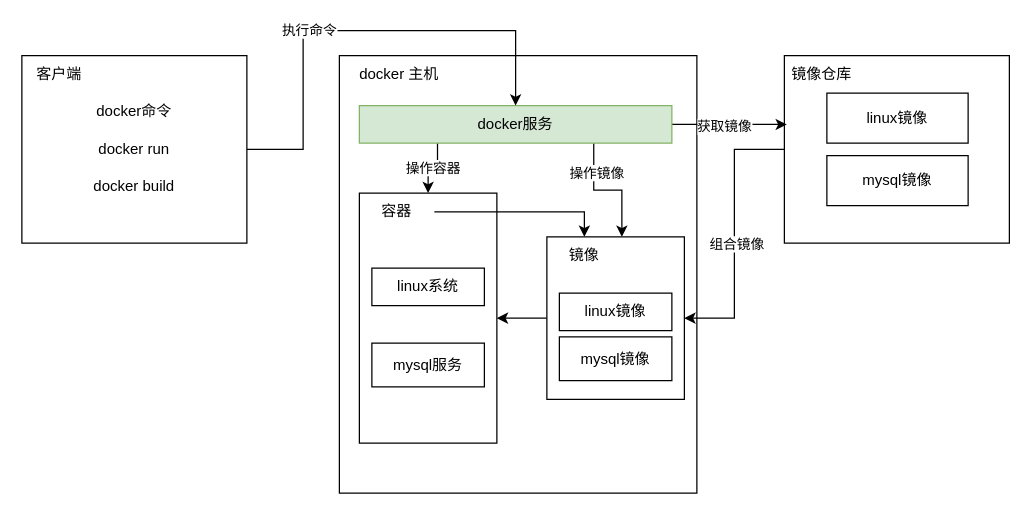
zouyl923/drawio keeps this draw.io diagram as study/docker架构.drawio. Above is the earlier version. Source tidied: cells renumbered, new cells numbered last; positions are measured from the earlier drawing's top-left corner, leaving out a move shared by most shapes. Both pictures are drawn from the tidied source at 125%, with x=0, y=0 at pixel (21, 55).
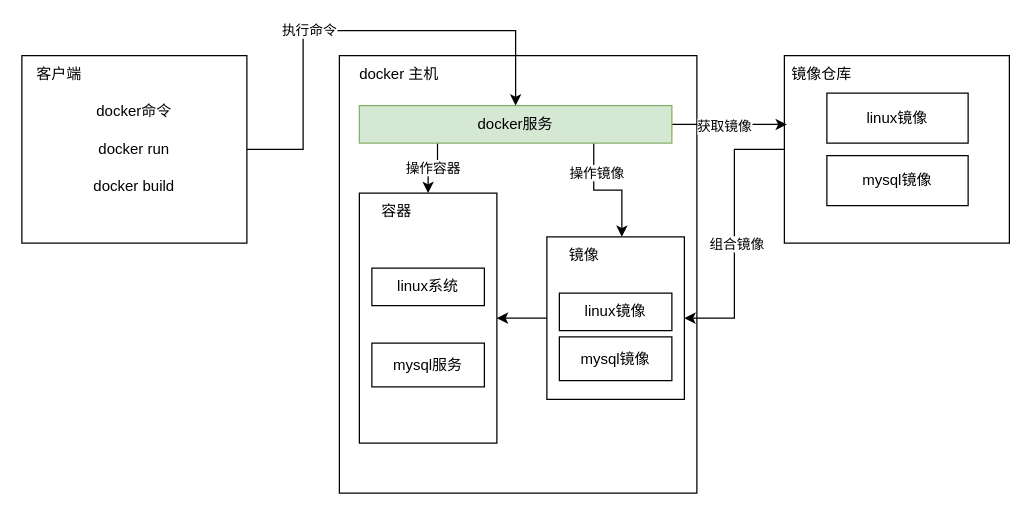
The same diagram, later.

The change refers to these unchanged cells:
```xml
<mxCell id="22" value="容器" style="text;html=1;strokeColor=none;fillColor=none;align=center;verticalAlign=middle;whiteSpace=wrap;rounded=0;" parent="1" vertex="1">
  <mxGeometry x="270" y="110" width="60" height="30" as="geometry" />
</mxCell>
<mxCell id="25" value="镜像" style="text;html=1;strokeColor=none;fillColor=none;align=center;verticalAlign=middle;whiteSpace=wrap;rounded=0;" parent="1" vertex="1">
  <mxGeometry x="420" y="145" width="60" height="30" as="geometry" />
</mxCell>
```

The edit, as a diff of the source:
```diff
@@
-    <mxCell id="21" style="edgeStyle=orthogonalEdgeStyle;rounded=0;jettySize=auto;html=1;" parent="1" edge="1" source="22" target="25">
-      <mxGeometry relative="1" as="geometry" />
-    </mxCell>
```
